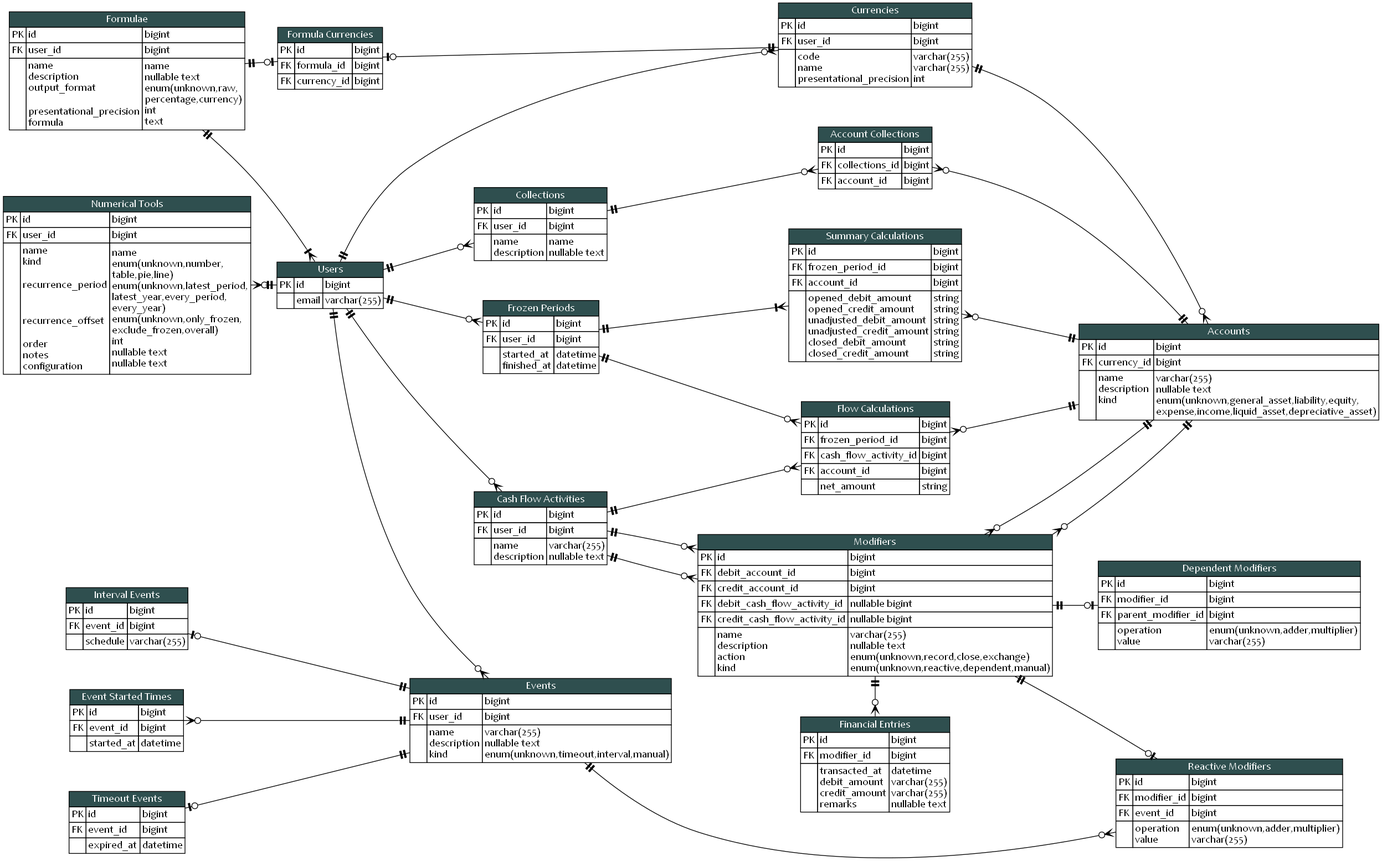
Above: blueprint/erd.png in KennethTrecy/peratorakka_server (Graphviz), before the change. Its source is kept beside it as blueprint/erd.dot.
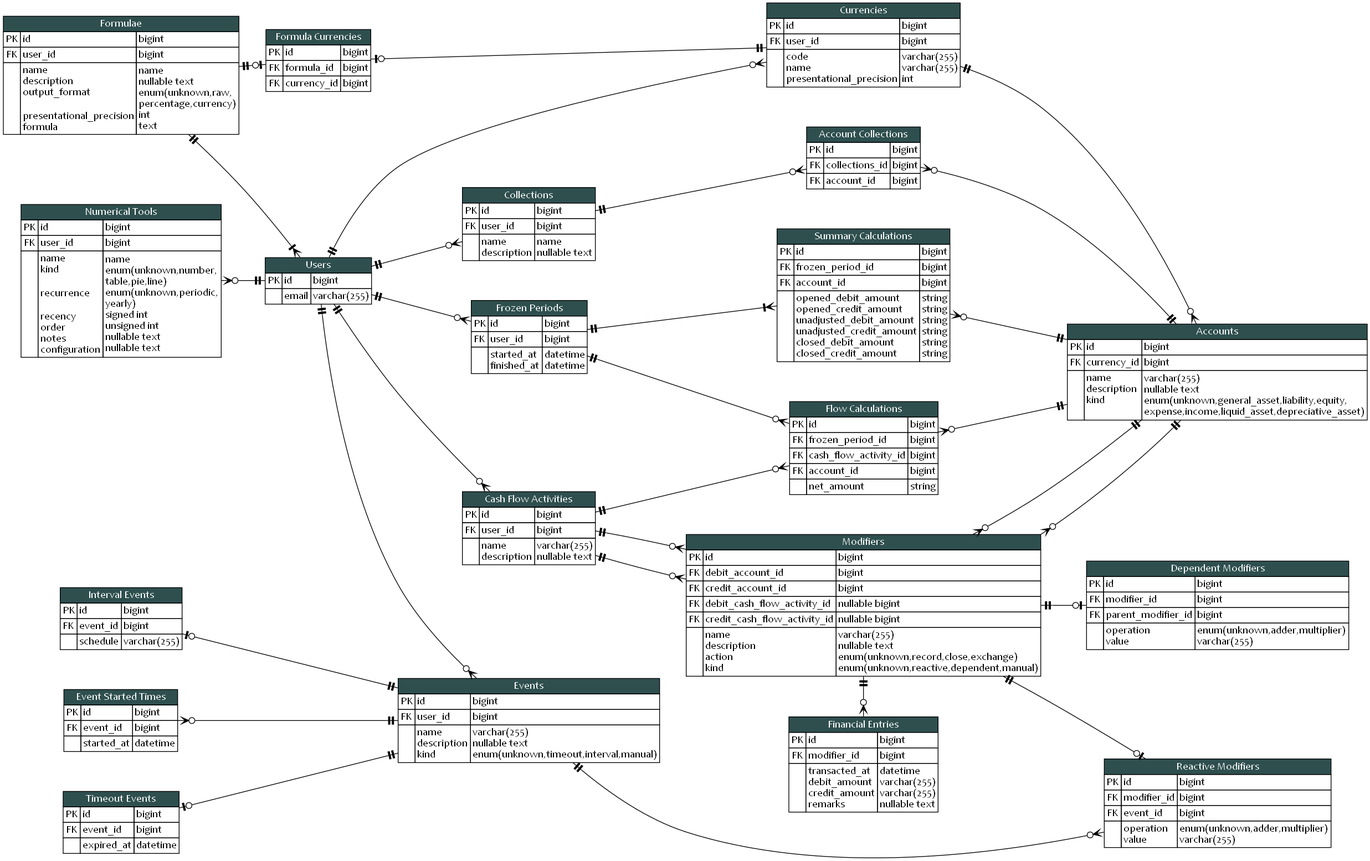
The same diagram one commit later.

Commit message:
docs(blueprint): improve naming convention for recurrence and recency

Diff of the diagram source:
```diff
@@ -691,8 +691,8 @@
 					<td align="left">
 						name<br align="left"/>
 						kind<br align="left"/><br align="left"/>
-						recurrence_period<br align="left"/><br align="left"/><br align="left"/>
-						recurrence_offset<br align="left"/><br align="left"/>
+						recurrence<br align="left"/><br align="left"/>
+						recency<br align="left"/>
 						order<br align="left"/>
 						notes<br align="left"/>
 						configuration<br align="left"/>
@@ -700,9 +700,9 @@
 					<td align="left">
 						name<br align="left"/>
 						enum(unknown,number,<br align="left"/>table,pie,line)<br align="left"/>
-						enum(unknown,latest_period,<br align="left"/>latest_year,every_period,<br align="left"/>every_year)<br align="left"/>
-						enum(unknown,only_frozen,<br align="left"/>exclude_frozen,overall)<br align="left"/>
-						int<br align="left"/>
+						enum(unknown,periodic,<br align="left"/>yearly)<br align="left"/>
+						signed int<br align="left"/>
+						unsigned int<br align="left"/>
 						nullable text<br align="left"/>
 						nullable text<br align="left"/>
 					</td>
```
